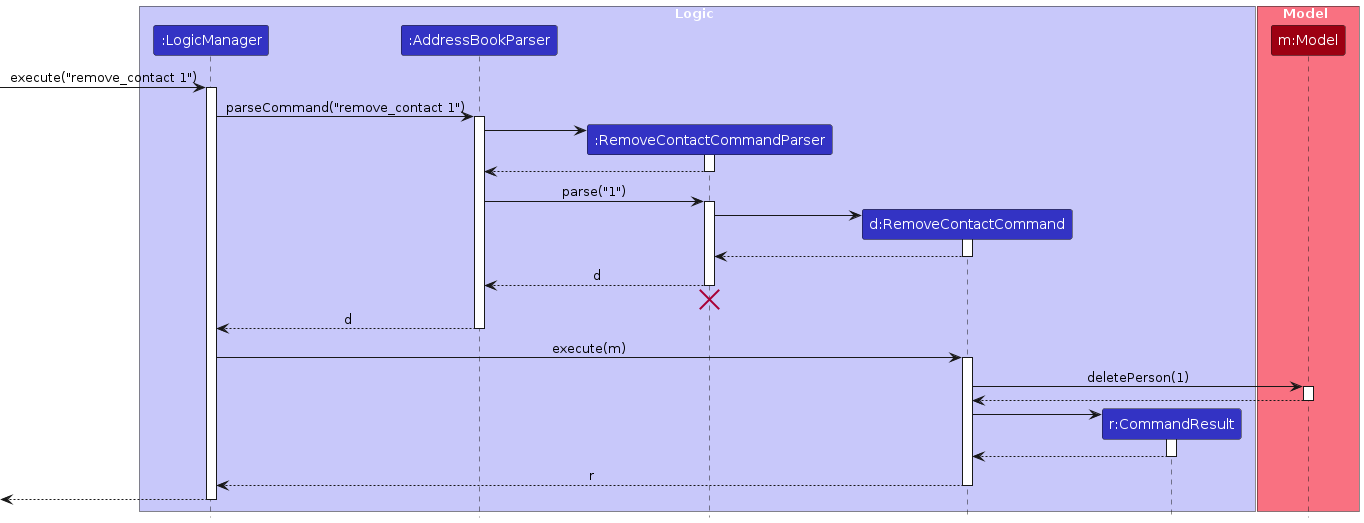
Earlier version of the PlantUML export diagrams/DeleteSequenceDiagram.png (AY2526S1-CS2103T-T15-2/tp). Its source is kept beside it as diagrams/DeleteSequenceDiagram.puml.
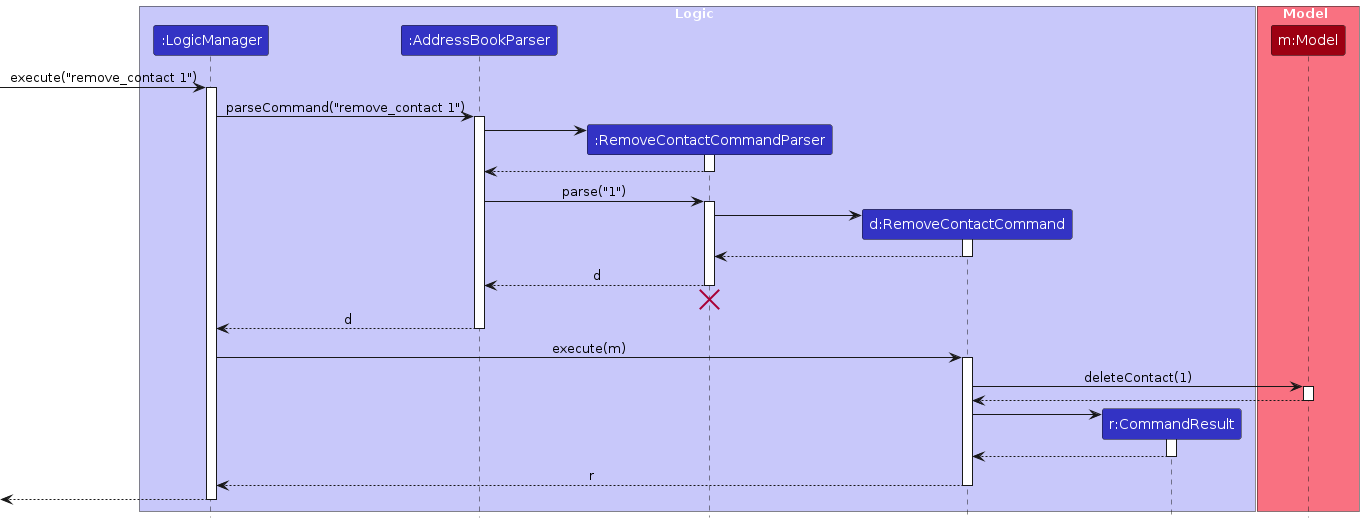
Later version of the same file.

Diff of the diagram source:
```diff
@@ -48,7 +48,7 @@
 LogicManager -> RemoveContactCommand : execute(m)
 activate RemoveContactCommand
 
-RemoveContactCommand -> Model : deletePerson(1)
+RemoveContactCommand -> Model : deleteContact(1)
 activate Model
 
 Model --> RemoveContactCommand
```
